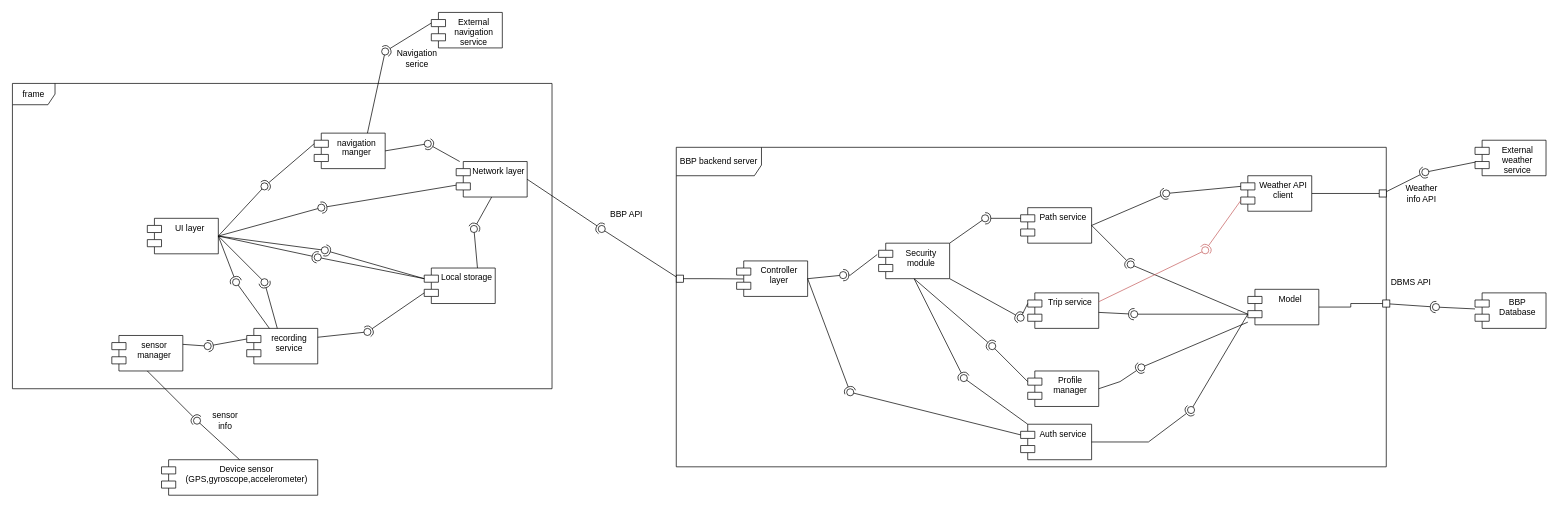
Above: page "Complete_low_level_diagram" (3 of 7) of DD/LaTeXCode/images/drawio/Component_diagram.drawio in jacopobellosi/Bellosi-Montanelli-Tempobono (draw.io), before the change. Source tidied: cells renumbered, new cells numbered last; positions are measured from the earlier drawing's top-left corner, leaving out a move shared by most shapes. Both pictures are drawn from the tidied source at 71%, with x=0, y=0 at pixel (12, 12).
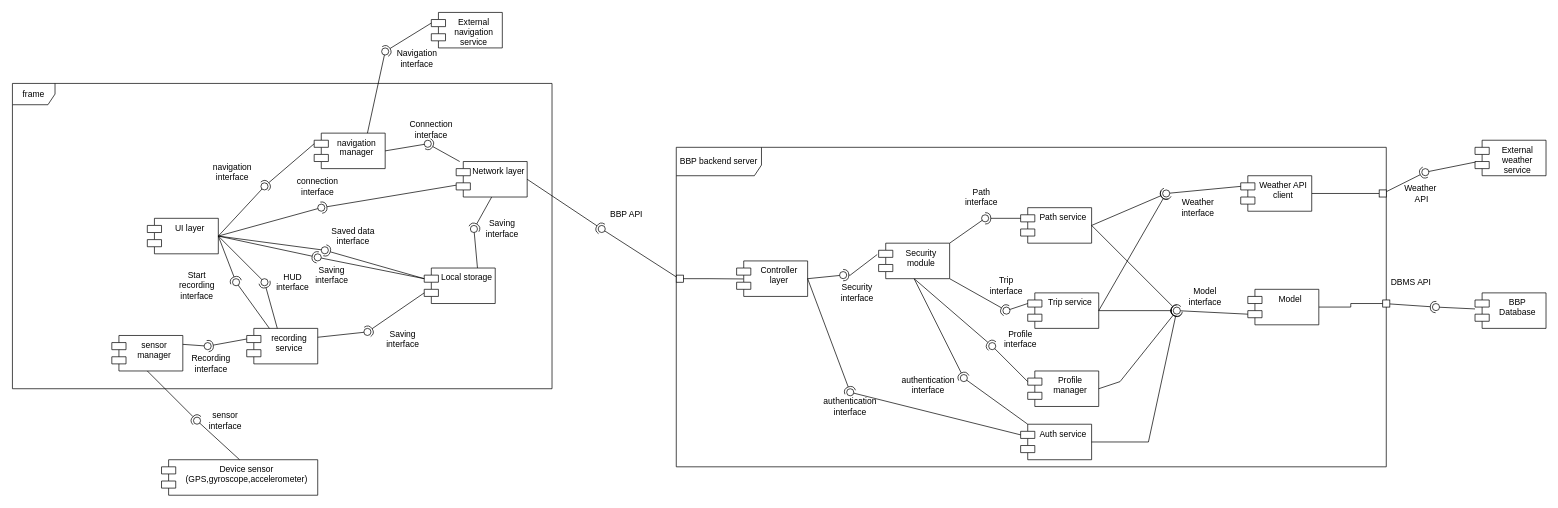
The same diagram, later.

Unchanged cells that the change refers to:
```xml
<mxCell id="28" value="Auth service" style="shape=module;align=left;spacingLeft=20;align=center;verticalAlign=top;whiteSpace=wrap;html=1;" parent="1" vertex="1">
  <mxGeometry x="1420" y="580" width="100" height="50" as="geometry" />
</mxCell>
<mxCell id="30" value="Path service" style="shape=module;align=left;spacingLeft=20;align=center;verticalAlign=top;whiteSpace=wrap;html=1;" parent="1" vertex="1">
  <mxGeometry x="1420" y="275" width="100" height="50" as="geometry" />
</mxCell>
<mxCell id="31" value="Trip service" style="shape=module;align=left;spacingLeft=20;align=center;verticalAlign=top;whiteSpace=wrap;html=1;" parent="1" vertex="1">
  <mxGeometry x="1430" y="395" width="100" height="50" as="geometry" />
</mxCell>
<mxCell id="32" value="Weather API client" style="shape=module;align=left;spacingLeft=20;align=center;verticalAlign=top;whiteSpace=wrap;html=1;" parent="1" vertex="1">
  <mxGeometry x="1730" y="230" width="100" height="50" as="geometry" />
</mxCell>
<mxCell id="33" value="Profile manager" style="shape=module;align=left;spacingLeft=20;align=center;verticalAlign=top;whiteSpace=wrap;html=1;" parent="1" vertex="1">
  <mxGeometry x="1430" y="505" width="100" height="50" as="geometry" />
</mxCell>
<mxCell id="34" value="Model" style="shape=module;align=left;spacingLeft=20;align=center;verticalAlign=top;whiteSpace=wrap;html=1;" parent="1" vertex="1">
  <mxGeometry x="1740" y="390" width="100" height="50" as="geometry" />
</mxCell>
<mxCell id="53" style="ellipse;whiteSpace=wrap;html=1;align=center;fillColor=none;strokeColor=none;perimeter=centerPerimeter;points=[];outlineConnect=1;" parent="1" vertex="1">
  <mxGeometry x="1570" y="350" width="10" height="10" as="geometry" />
</mxCell>
<mxCell id="56" style="ellipse;whiteSpace=wrap;html=1;align=center;fillColor=none;strokeColor=none;perimeter=centerPerimeter;points=[];outlineConnect=1;" parent="1" vertex="1">
  <mxGeometry x="1575" y="420" width="10" height="10" as="geometry" />
</mxCell>
<mxCell id="59" style="ellipse;whiteSpace=wrap;html=1;align=center;fillColor=none;strokeColor=none;perimeter=centerPerimeter;points=[];outlineConnect=1;" parent="1" vertex="1">
  <mxGeometry x="1620" y="250" width="10" height="10" as="geometry" />
</mxCell>
<mxCell id="60" value="Security&lt;br&gt;module" style="shape=module;align=left;spacingLeft=20;align=center;verticalAlign=top;whiteSpace=wrap;html=1;" parent="1" vertex="1">
  <mxGeometry x="1220" y="325" width="100" height="50" as="geometry" />
</mxCell>
<mxCell id="111" style="ellipse;whiteSpace=wrap;html=1;align=center;fillColor=none;strokeColor=none;perimeter=centerPerimeter;points=[];outlineConnect=1;" parent="1" vertex="1">
  <mxGeometry x="1585" y="495" width="10" height="10" as="geometry" />
</mxCell>
<mxCell id="114" style="ellipse;whiteSpace=wrap;html=1;align=center;fillColor=none;strokeColor=none;perimeter=centerPerimeter;points=[];outlineConnect=1;" parent="1" vertex="1">
  <mxGeometry x="1675" y="330" width="10" height="10" as="geometry" />
</mxCell>
```

Diff of the diagram source:
```diff
@@
-    <mxCell id="18" value="Weather info API" style="text;html=1;whiteSpace=wrap;strokeColor=none;fillColor=none;align=center;verticalAlign=middle;rounded=0;" parent="1" vertex="1">
+    <mxCell id="18" value="Weather&amp;nbsp;&lt;div&gt;API&lt;/div&gt;" style="text;html=1;whiteSpace=wrap;strokeColor=none;fillColor=none;align=center;verticalAlign=middle;rounded=0;" parent="1" vertex="1">
       <mxGeometry x="1955" y="235" width="60" height="40" as="geometry" />
     </mxCell>
-    <mxCell id="19" value="Navigation&lt;br&gt;serice" style="text;html=1;whiteSpace=wrap;strokeColor=none;fillColor=none;align=center;verticalAlign=middle;rounded=0;" parent="1" vertex="1">
+    <mxCell id="19" value="Navigation&lt;br&gt;interface" style="text;html=1;whiteSpace=wrap;strokeColor=none;fillColor=none;align=center;verticalAlign=middle;rounded=0;" parent="1" vertex="1">
       <mxGeometry x="540" y="50" width="60" height="30" as="geometry" />
     </mxCell>
-    <mxCell id="20" value="sensor info" style="text;html=1;whiteSpace=wrap;strokeColor=none;fillColor=none;align=center;verticalAlign=middle;rounded=0;" parent="1" vertex="1">
+    <mxCell id="20" value="sensor interface" style="text;html=1;whiteSpace=wrap;strokeColor=none;fillColor=none;align=center;verticalAlign=middle;rounded=0;" parent="1" vertex="1">
       <mxGeometry x="270" y="560" width="60" height="30" as="geometry" />
     </mxCell>
@@
     <mxCell id="42" style="rounded=0;jettySize=auto;html=1;endArrow=halfCircle;endFill=0;endSize=6;strokeWidth=1;sketch=0;exitX=1;exitY=1;exitDx=0;exitDy=0;" parent="1" edge="1" source="60">
       <mxGeometry relative="1" as="geometry">
-        <mxPoint x="1420" y="430" as="targetPoint" />
+        <mxPoint x="1400" y="420" as="targetPoint" />
       </mxGeometry>
     </mxCell>
     <mxCell id="43" style="rounded=0;jettySize=auto;html=1;endArrow=oval;endFill=0;sketch=0;sourcePerimeterSpacing=0;targetPerimeterSpacing=0;endSize=10;exitX=0;exitY=0;exitDx=0;exitDy=15;exitPerimeter=0;" parent="1" edge="1" source="31">
       <mxGeometry relative="1" as="geometry">
-        <mxPoint x="1420" y="430" as="targetPoint" />
+        <mxPoint x="1400" y="420" as="targetPoint" />
       </mxGeometry>
     </mxCell>
@@
     <mxCell id="48" style="rounded=0;jettySize=auto;html=1;endArrow=halfCircle;endFill=0;endSize=6;strokeWidth=1;sketch=0;exitX=1;exitY=0.5;exitDx=0;exitDy=0;" parent="1" edge="1" source="28">
       <mxGeometry relative="1" as="geometry">
-        <mxPoint x="1660" y="560" as="targetPoint" />
+        <mxPoint x="1640" y="420" as="targetPoint" />
         <Array as="points">
           <mxPoint x="1600" y="605" />
         </Array>
       </mxGeometry>
     </mxCell>
     <mxCell id="49" style="rounded=0;jettySize=auto;html=1;endArrow=oval;endFill=0;sketch=0;sourcePerimeterSpacing=0;targetPerimeterSpacing=0;endSize=10;exitX=0;exitY=0;exitDx=0;exitDy=35;exitPerimeter=0;" parent="1" edge="1" source="34">
       <mxGeometry relative="1" as="geometry">
-        <mxPoint x="1660" y="560" as="targetPoint" />
+        <mxPoint x="1640" y="420" as="targetPoint" />
       </mxGeometry>
     </mxCell>
@@
-    <mxCell id="51" style="rounded=0;jettySize=auto;html=1;endArrow=halfCircle;endFill=0;endSize=6;strokeWidth=1;sketch=0;exitX=1;exitY=0.5;exitDx=0;exitDy=0;" parent="1" edge="1" source="30" target="53">
-      <mxGeometry relative="1" as="geometry" />
+    <mxCell id="51" style="rounded=0;jettySize=auto;html=1;endArrow=halfCircle;endFill=0;endSize=6;strokeWidth=1;sketch=0;exitX=1;exitY=0.5;exitDx=0;exitDy=0;" parent="1" edge="1" source="30">
+      <mxGeometry relative="1" as="geometry">
+        <mxPoint x="1640" y="420" as="targetPoint" />
+      </mxGeometry>
     </mxCell>
-    <mxCell id="52" style="rounded=0;jettySize=auto;html=1;endArrow=oval;endFill=0;sketch=0;sourcePerimeterSpacing=0;targetPerimeterSpacing=0;endSize=10;exitX=0;exitY=0;exitDx=0;exitDy=35;exitPerimeter=0;" parent="1" edge="1" source="34" target="53">
-      <mxGeometry relative="1" as="geometry" />
-    </mxCell>
@@
-    <mxCell id="54" style="rounded=0;jettySize=auto;html=1;endArrow=halfCircle;endFill=0;endSize=6;strokeWidth=1;sketch=0;" parent="1" edge="1" source="31" target="56">
-      <mxGeometry relative="1" as="geometry" />
+    <mxCell id="54" style="rounded=0;jettySize=auto;html=1;endArrow=halfCircle;endFill=0;endSize=6;strokeWidth=1;sketch=0;" parent="1" edge="1" source="31">
+      <mxGeometry relative="1" as="geometry">
+        <mxPoint x="1640" y="420" as="targetPoint" />
+      </mxGeometry>
     </mxCell>
-    <mxCell id="55" style="rounded=0;jettySize=auto;html=1;endArrow=oval;endFill=0;sketch=0;sourcePerimeterSpacing=0;targetPerimeterSpacing=0;endSize=10;exitX=0;exitY=0;exitDx=0;exitDy=35;exitPerimeter=0;" parent="1" edge="1" source="34" target="56">
-      <mxGeometry relative="1" as="geometry" />
-    </mxCell>
@@
-    <mxCell id="68" value="navigation&lt;br&gt;manger" style="shape=module;align=left;spacingLeft=20;align=center;verticalAlign=top;whiteSpace=wrap;html=1;" parent="1" vertex="1">
+    <mxCell id="68" value="navigation&lt;br&gt;manager" style="shape=module;align=left;spacingLeft=20;align=center;verticalAlign=top;whiteSpace=wrap;html=1;" parent="1" vertex="1">
       <mxGeometry x="425" y="170" width="100" height="50" as="geometry" />
     </mxCell>
@@
-    <mxCell id="112" style="rounded=0;jettySize=auto;html=1;endArrow=halfCircle;endFill=0;endSize=6;strokeWidth=1;sketch=0;exitX=0;exitY=0;exitDx=0;exitDy=35;exitPerimeter=0;fillColor=#ffcc99;strokeColor=light-dark(#c55e5e, #babdc0);" parent="1" edge="1" source="32" target="114">
-      <mxGeometry relative="1" as="geometry" />
-    </mxCell>
-    <mxCell id="113" style="rounded=0;jettySize=auto;html=1;endArrow=oval;endFill=0;sketch=0;sourcePerimeterSpacing=0;targetPerimeterSpacing=0;endSize=10;exitX=1;exitY=0.25;exitDx=0;exitDy=0;fillColor=#ffcc99;strokeColor=light-dark(#c55e5e, #babdc0);" parent="1" edge="1" source="31" target="114">
-      <mxGeometry relative="1" as="geometry" />
-    </mxCell>
@@
     <mxCell id="119" style="rounded=0;jettySize=auto;html=1;endArrow=halfCircle;endFill=0;endSize=6;strokeWidth=1;sketch=0;exitX=1;exitY=0.5;exitDx=0;exitDy=0;" parent="1" edge="1" source="33">
       <mxGeometry relative="1" as="geometry">
-        <mxPoint x="1590" y="500" as="targetPoint" />
+        <mxPoint x="1640" y="420" as="targetPoint" />
         <Array as="points">
           <mxPoint x="1560" y="520" />
         </Array>
       </mxGeometry>
     </mxCell>
-    <mxCell id="120" style="rounded=0;jettySize=auto;html=1;endArrow=oval;endFill=0;sketch=0;sourcePerimeterSpacing=0;targetPerimeterSpacing=0;endSize=10;entryX=1.06;entryY=0.64;entryDx=0;entryDy=0;entryPerimeter=0;" parent="1" edge="1" source="34" target="111">
-      <mxGeometry relative="1" as="geometry" />
-    </mxCell>
+    <mxCell id="121" value="HUD interface" style="text;html=1;whiteSpace=wrap;strokeColor=none;fillColor=none;align=center;verticalAlign=middle;rounded=0;" parent="1" vertex="1">
+      <mxGeometry x="365" y="365" width="60" height="30" as="geometry" />
+    </mxCell>
+    <mxCell id="122" value="Start recording interface" style="text;html=1;whiteSpace=wrap;strokeColor=none;fillColor=none;align=center;verticalAlign=middle;rounded=0;" parent="1" vertex="1">
+      <mxGeometry x="220" y="370" width="80" height="30" as="geometry" />
+    </mxCell>
+    <mxCell id="123" value="Recording interface" style="text;html=1;whiteSpace=wrap;strokeColor=none;fillColor=none;align=center;verticalAlign=middle;rounded=0;" parent="1" vertex="1">
+      <mxGeometry x="250" y="480" width="60" height="30" as="geometry" />
+    </mxCell>
+    <mxCell id="124" value="Saving&lt;br&gt;interface" style="text;html=1;whiteSpace=wrap;strokeColor=none;fillColor=none;align=center;verticalAlign=middle;rounded=0;" parent="1" vertex="1">
+      <mxGeometry x="520" y="445" width="60" height="30" as="geometry" />
+    </mxCell>
+    <mxCell id="125" value="Saving&lt;br&gt;interface" style="text;html=1;whiteSpace=wrap;strokeColor=none;fillColor=none;align=center;verticalAlign=middle;rounded=0;" parent="1" vertex="1">
+      <mxGeometry x="420" y="355" width="60" height="30" as="geometry" />
+    </mxCell>
+    <mxCell id="126" value="Saved data interface" style="text;html=1;whiteSpace=wrap;strokeColor=none;fillColor=none;align=center;verticalAlign=middle;rounded=0;" parent="1" vertex="1">
+      <mxGeometry x="435" y="300" width="90" height="30" as="geometry" />
+    </mxCell>
+    <mxCell id="127" value="connection&lt;br&gt;interface" style="text;html=1;whiteSpace=wrap;strokeColor=none;fillColor=none;align=center;verticalAlign=middle;rounded=0;" parent="1" vertex="1">
+      <mxGeometry x="400" y="230" width="60" height="30" as="geometry" />
+    </mxCell>
+    <mxCell id="128" value="navigation&lt;br&gt;interface" style="text;html=1;whiteSpace=wrap;strokeColor=none;fillColor=none;align=center;verticalAlign=middle;rounded=0;" parent="1" vertex="1">
+      <mxGeometry x="280" y="210" width="60" height="30" as="geometry" />
+    </mxCell>
+    <mxCell id="129" value="Connection interface" style="text;html=1;whiteSpace=wrap;strokeColor=none;fillColor=none;align=center;verticalAlign=middle;rounded=0;" parent="1" vertex="1">
+      <mxGeometry x="560" y="150" width="60" height="30" as="geometry" />
+    </mxCell>
+    <mxCell id="130" value="Saving interface" style="text;html=1;whiteSpace=wrap;strokeColor=none;fillColor=none;align=center;verticalAlign=middle;rounded=0;" parent="1" vertex="1">
+      <mxGeometry x="660" y="290" width="60" height="30" as="geometry" />
+    </mxCell>
+    <mxCell id="131" value="Profile&lt;br&gt;interface" style="text;html=1;whiteSpace=wrap;strokeColor=none;fillColor=none;align=center;verticalAlign=middle;rounded=0;" parent="1" vertex="1">
+      <mxGeometry x="1390" y="445" width="60" height="30" as="geometry" />
+    </mxCell>
+    <mxCell id="132" value="authentication&lt;br&gt;interface" style="text;html=1;whiteSpace=wrap;strokeColor=none;fillColor=none;align=center;verticalAlign=middle;rounded=0;" parent="1" vertex="1">
+      <mxGeometry x="1260" y="510" width="60" height="30" as="geometry" />
+    </mxCell>
+    <mxCell id="133" value="authentication&lt;br&gt;interface" style="text;html=1;whiteSpace=wrap;strokeColor=none;fillColor=none;align=center;verticalAlign=middle;rounded=0;" parent="1" vertex="1">
+      <mxGeometry x="1150" y="540" width="60" height="30" as="geometry" />
+    </mxCell>
+    <mxCell id="134" value="Security&lt;br&gt;interface" style="text;html=1;whiteSpace=wrap;strokeColor=none;fillColor=none;align=center;verticalAlign=middle;rounded=0;" parent="1" vertex="1">
+      <mxGeometry x="1160" y="380" width="60" height="30" as="geometry" />
+    </mxCell>
+    <mxCell id="135" value="Path&lt;br&gt;interface" style="text;html=1;whiteSpace=wrap;strokeColor=none;fillColor=none;align=center;verticalAlign=middle;rounded=0;" parent="1" vertex="1">
+      <mxGeometry x="1335" y="245" width="60" height="30" as="geometry" />
+    </mxCell>
+    <mxCell id="136" value="Trip&lt;br&gt;interface" style="text;html=1;whiteSpace=wrap;strokeColor=none;fillColor=none;align=center;verticalAlign=middle;rounded=0;" parent="1" vertex="1">
+      <mxGeometry x="1370" y="370" width="60" height="30" as="geometry" />
+    </mxCell>
+    <mxCell id="137" value="Model&lt;br&gt;interface" style="text;html=1;whiteSpace=wrap;strokeColor=none;fillColor=none;align=center;verticalAlign=middle;rounded=0;" parent="1" vertex="1">
+      <mxGeometry x="1650" y="385" width="60" height="30" as="geometry" />
+    </mxCell>
+    <mxCell id="138" style="rounded=0;jettySize=auto;html=1;endArrow=halfCircle;endFill=0;endSize=6;strokeWidth=1;sketch=0;exitX=1;exitY=0.5;exitDx=0;exitDy=0;fillColor=#fff2cc;strokeColor=light-dark(#000000, #6d5100);entryX=0.172;entryY=0.657;entryDx=0;entryDy=0;entryPerimeter=0;" parent="1" edge="1" source="31" target="59">
+      <mxGeometry relative="1" as="geometry" />
+    </mxCell>
+    <mxCell id="139" value="Weather&lt;br&gt;interface" style="text;html=1;whiteSpace=wrap;strokeColor=none;fillColor=none;align=center;verticalAlign=middle;rounded=0;" parent="1" vertex="1">
+      <mxGeometry x="1640" y="260" width="60" height="30" as="geometry" />
+    </mxCell>
```
